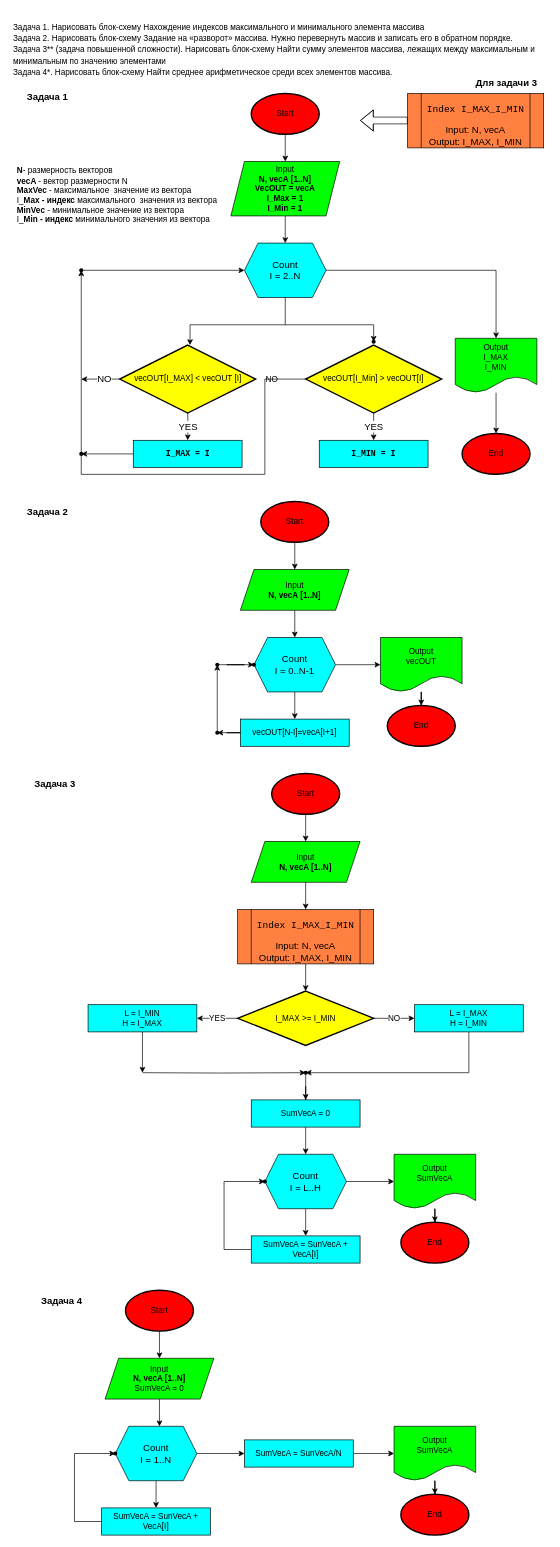
Before: safonov_seminar2_hw.drawio in saffonov/gb_learning, a draw.io diagram. Source tidied: cells renumbered, new cells numbered last; positions are measured from the earlier drawing's top-left corner, leaving out a move shared by most shapes. Both pictures are drawn from the tidied source at 68%, with x=0, y=0 at pixel (12, 12).
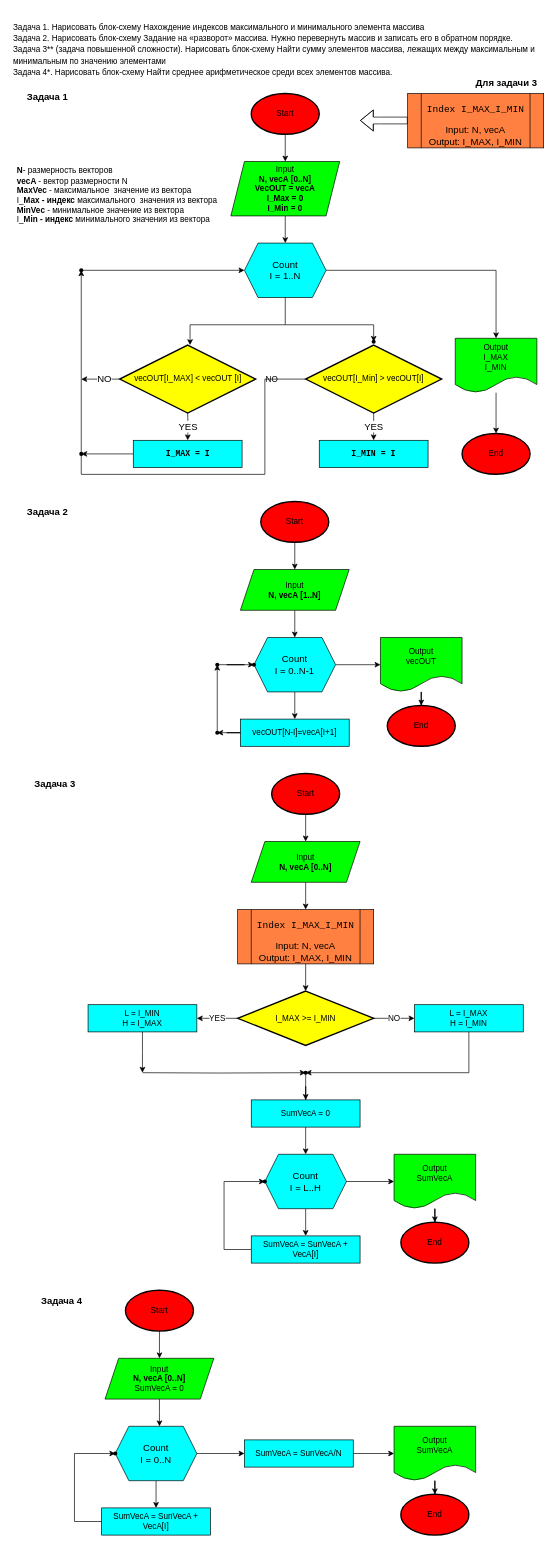
Above is the later version.

Diff of the diagram source:
```diff
@@
-    <mxCell id="9" value="&lt;div&gt;Input&lt;/div&gt;&lt;div&gt;&lt;b&gt;N, vecA [1..N]&lt;/b&gt;&lt;/div&gt;&lt;div&gt;&lt;b&gt;VecOUT = vecA&lt;/b&gt;&lt;/div&gt;&lt;div&gt;&lt;b&gt;I_Max = 1&lt;br&gt;&lt;/b&gt;&lt;/div&gt;&lt;div&gt;&lt;b&gt;I_Min = 1&lt;br&gt;&lt;/b&gt;&lt;/div&gt;" style="shape=parallelogram;perimeter=parallelogramPerimeter;whiteSpace=wrap;html=1;fixedSize=1;fillColor=#00FF00;" parent="1" vertex="1">
+    <mxCell id="9" value="&lt;div&gt;Input&lt;/div&gt;&lt;div&gt;&lt;b&gt;N, vecA [0..N]&lt;/b&gt;&lt;/div&gt;&lt;div&gt;&lt;b&gt;VecOUT = vecA&lt;/b&gt;&lt;/div&gt;&lt;div&gt;&lt;b&gt;I_Max = 0&lt;br&gt;&lt;/b&gt;&lt;/div&gt;&lt;div&gt;&lt;b&gt;I_Min = 0&lt;br&gt;&lt;/b&gt;&lt;/div&gt;" style="shape=parallelogram;perimeter=parallelogramPerimeter;whiteSpace=wrap;html=1;fixedSize=1;fillColor=#00FF00;" parent="1" vertex="1">
       <mxGeometry x="322" y="220" width="160" height="80" as="geometry" />
     </mxCell>
@@
-    <mxCell id="14" value="&lt;div&gt;Count&lt;/div&gt;&lt;div&gt;I = 2..N&lt;br&gt;&lt;/div&gt;" style="shape=hexagon;perimeter=hexagonPerimeter2;whiteSpace=wrap;html=1;fixedSize=1;fontFamily=Helvetica;fontSize=14;fillColor=#00FFFF;" parent="1" vertex="1">
+    <mxCell id="14" value="&lt;div&gt;Count&lt;/div&gt;&lt;div&gt;I = 1..N&lt;br&gt;&lt;/div&gt;" style="shape=hexagon;perimeter=hexagonPerimeter2;whiteSpace=wrap;html=1;fixedSize=1;fontFamily=Helvetica;fontSize=14;fillColor=#00FFFF;" parent="1" vertex="1">
       <mxGeometry x="342" y="340" width="120" height="80" as="geometry" />
     </mxCell>
@@
-    <mxCell id="58" value="&lt;div&gt;Input&lt;/div&gt;&lt;div&gt;&lt;b&gt;N, vecA [1..N]&lt;/b&gt;&lt;/div&gt;" style="shape=parallelogram;perimeter=parallelogramPerimeter;whiteSpace=wrap;html=1;fixedSize=1;fillColor=#00FF00;" parent="1" vertex="1">
+    <mxCell id="58" value="&lt;div&gt;Input&lt;/div&gt;&lt;div&gt;&lt;b&gt;N, vecA [0..N]&lt;/b&gt;&lt;/div&gt;" style="shape=parallelogram;perimeter=parallelogramPerimeter;whiteSpace=wrap;html=1;fixedSize=1;fillColor=#00FF00;" parent="1" vertex="1">
       <mxGeometry x="352" y="1220" width="160" height="60" as="geometry" />
     </mxCell>
@@
-    <mxCell id="86" value="&lt;div&gt;Input&lt;/div&gt;&lt;div&gt;&lt;b&gt;N, vecA [1..N]&lt;/b&gt;&lt;/div&gt;&lt;div&gt;SumVecA = 0&lt;b&gt;&lt;/b&gt;&lt;/div&gt;" style="shape=parallelogram;perimeter=parallelogramPerimeter;whiteSpace=wrap;html=1;fixedSize=1;fillColor=#00FF00;" parent="1" vertex="1">
+    <mxCell id="86" value="&lt;div&gt;Input&lt;/div&gt;&lt;div&gt;&lt;b&gt;N, vecA [0..N]&lt;/b&gt;&lt;/div&gt;&lt;div&gt;SumVecA = 0&lt;b&gt;&lt;/b&gt;&lt;/div&gt;" style="shape=parallelogram;perimeter=parallelogramPerimeter;whiteSpace=wrap;html=1;fixedSize=1;fillColor=#00FF00;" parent="1" vertex="1">
       <mxGeometry x="137" y="1980" width="160" height="60" as="geometry" />
     </mxCell>
@@
-    <mxCell id="92" value="&lt;div&gt;Count&lt;/div&gt;&lt;div&gt;I = 1..N&lt;br&gt;&lt;/div&gt;" style="shape=hexagon;perimeter=hexagonPerimeter2;whiteSpace=wrap;html=1;fixedSize=1;fontFamily=Helvetica;fontSize=14;fillColor=#00FFFF;" parent="1" vertex="1">
+    <mxCell id="92" value="&lt;div&gt;Count&lt;/div&gt;&lt;div&gt;I = 0..N&lt;br&gt;&lt;/div&gt;" style="shape=hexagon;perimeter=hexagonPerimeter2;whiteSpace=wrap;html=1;fixedSize=1;fontFamily=Helvetica;fontSize=14;fillColor=#00FFFF;" parent="1" vertex="1">
       <mxGeometry x="152" y="2080" width="120" height="80" as="geometry" />
     </mxCell>
```
